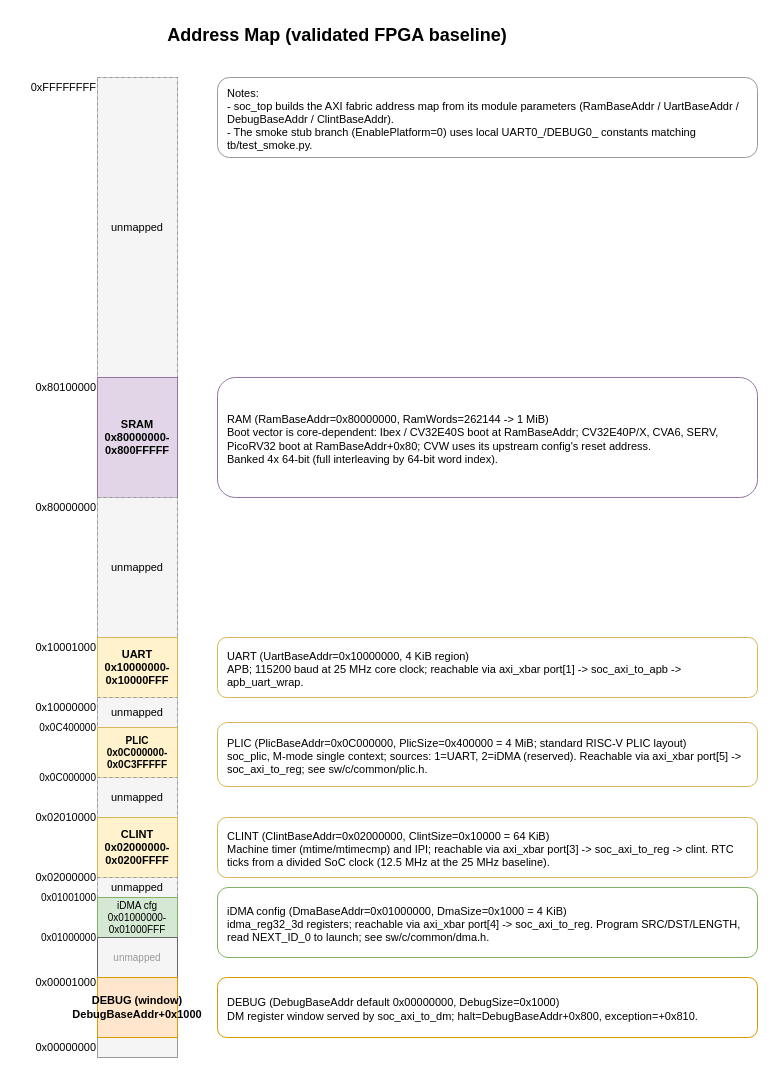
Before: page "Memory Map" (6 of 8) of docs/media/corejack_soc.drawio in patrickerich/corejack, a draw.io diagram. Source tidied: cells renumbered, new cells numbered last; positions are measured from the earlier drawing's top-left corner, leaving out a move shared by most shapes. Both pictures are drawn from the tidied source at 100%, with x=0, y=0 at pixel (17, 17).
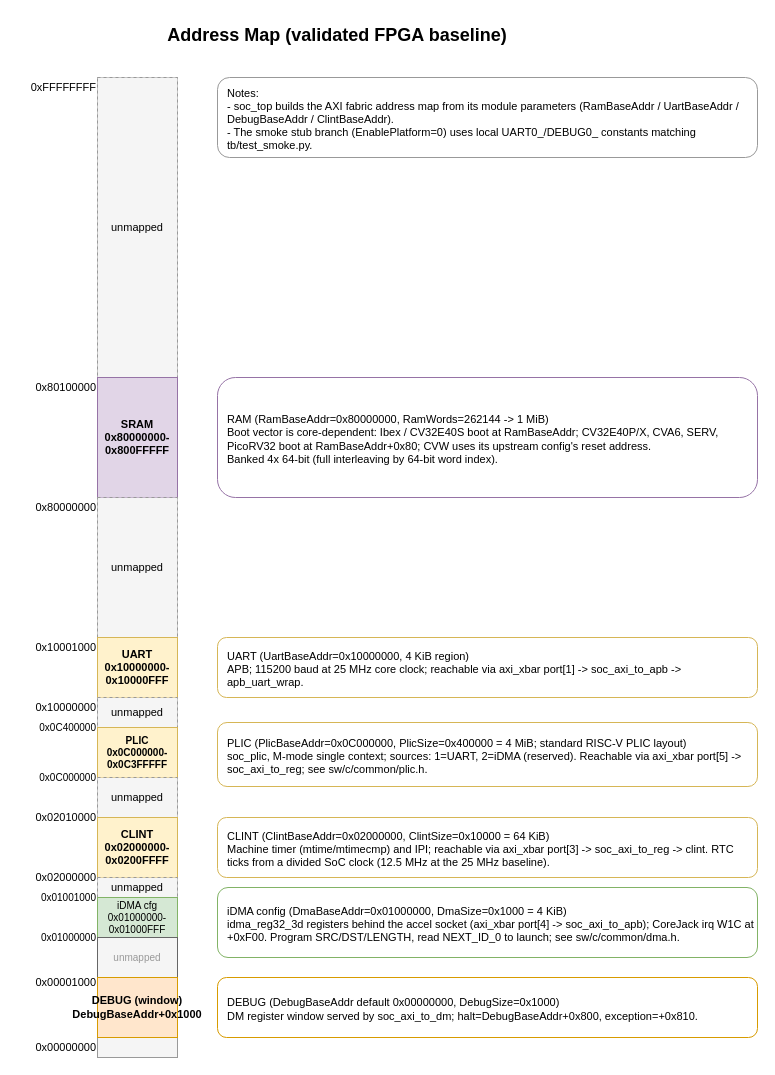
After the change.

Change to the diagram source:
```diff
@@
-    <mxCell id="27" value="iDMA config (DmaBaseAddr=0x01000000, DmaSize=0x1000 = 4 KiB)&#10;idma_reg32_3d registers; reachable via axi_xbar port[4] -&gt; soc_axi_to_reg. Program SRC/DST/LENGTH, read NEXT_ID_0 to launch; see sw/c/common/dma.h." style="rounded=1;whiteSpace=wrap;html=1;fillColor=#FFFFFF;strokeColor=#82b366;fontSize=11;align=left;spacingLeft=8;spacingTop=4;" parent="1" vertex="1">
+    <mxCell id="27" value="iDMA config (DmaBaseAddr=0x01000000, DmaSize=0x1000 = 4 KiB)&#10;idma_reg32_3d registers behind the accel socket (axi_xbar port[4] -&gt; soc_axi_to_apb); CoreJack irq W1C at +0xF00. Program SRC/DST/LENGTH, read NEXT_ID_0 to launch; see sw/c/common/dma.h." style="rounded=1;whiteSpace=wrap;html=1;fillColor=#FFFFFF;strokeColor=#82b366;fontSize=11;align=left;spacingLeft=8;spacingTop=4;" parent="1" vertex="1">
       <mxGeometry x="200" y="870" width="540" height="70" as="geometry" />
     </mxCell>
```
